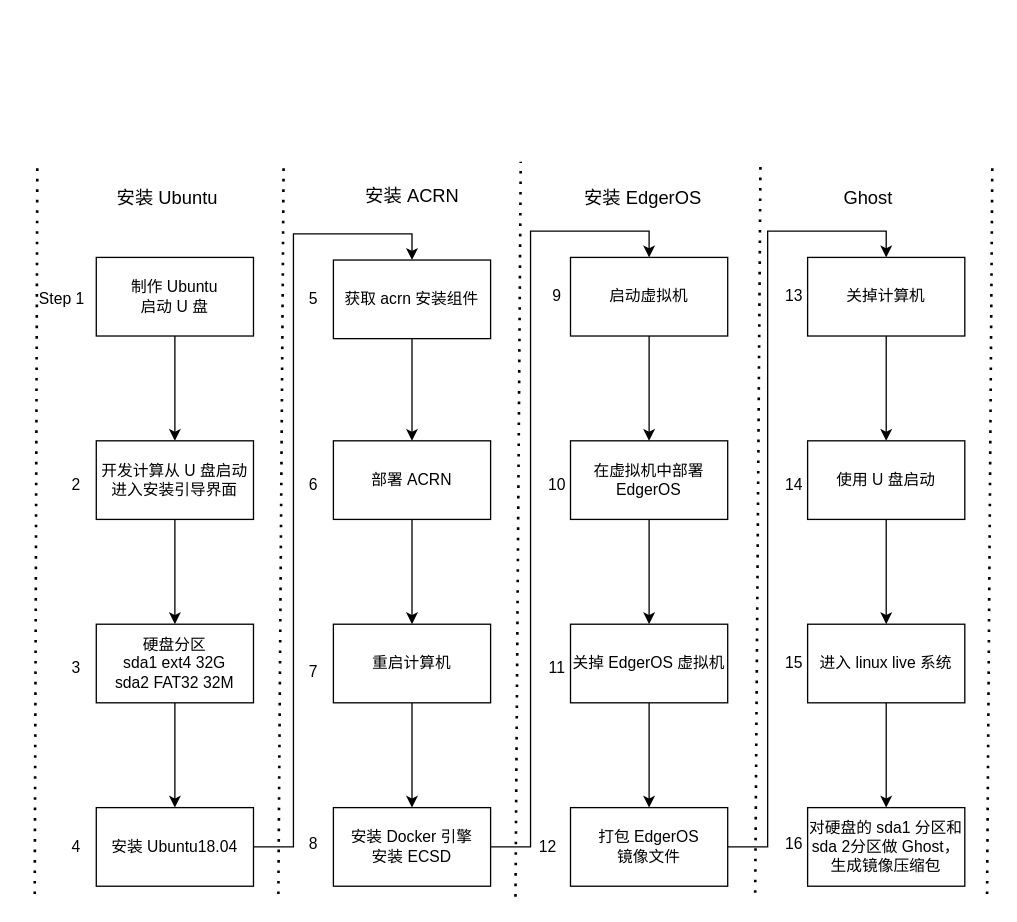
Above: 开发流程.drawio in SongXiaoLongg/DrawIO (draw.io), before the change. Source tidied: cells renumbered, new cells numbered last; positions are measured from the earlier drawing's top-left corner, leaving out a move shared by most shapes. Both pictures are drawn from the tidied source at 131%, with x=0, y=0 at pixel (22, 22).
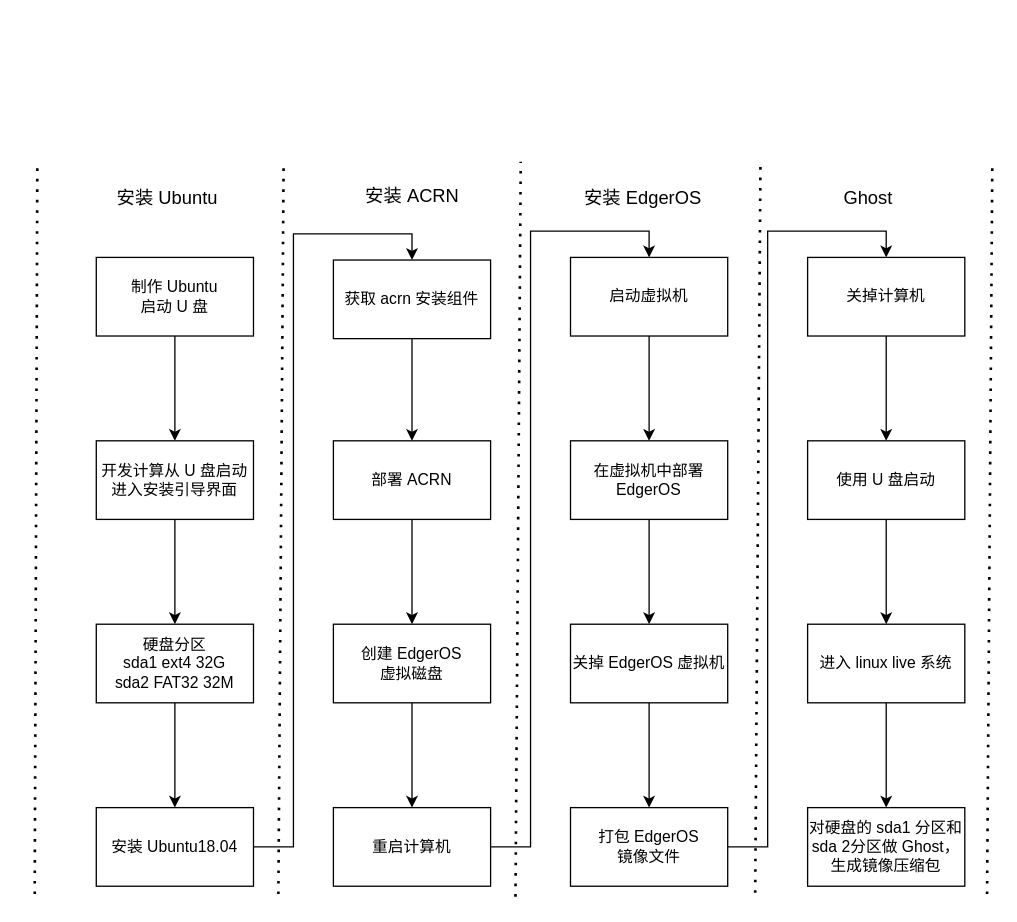
The same diagram, later.

Commit message:
更新开发流程.drawio

What changed in the source:
```diff
@@
-    <mxCell id="5" value="重启计算机" style="whiteSpace=wrap;html=1;rounded=0;" parent="1" vertex="1">
+    <mxCell id="5" value="创建 EdgerOS &lt;br&gt;虚拟磁盘" style="whiteSpace=wrap;html=1;rounded=0;" parent="1" vertex="1">
       <mxGeometry x="237" y="459" width="120" height="60" as="geometry" />
     </mxCell>
@@
-    <mxCell id="9" value="安装 Docker 引擎&lt;br&gt;安装 ECSD" style="whiteSpace=wrap;html=1;rounded=0;" parent="1" vertex="1">
+    <mxCell id="9" value="重启计算机" style="whiteSpace=wrap;html=1;rounded=0;" parent="1" vertex="1">
       <mxGeometry x="237" y="599" width="120" height="60" as="geometry" />
     </mxCell>
@@
-    <mxCell id="29" value="Step 1" style="text;html=1;strokeColor=none;fillColor=none;align=center;verticalAlign=middle;whiteSpace=wrap;rounded=0;" parent="1" vertex="1">
-      <mxGeometry y="196" width="60" height="30" as="geometry" />
-    </mxCell>
-    <mxCell id="30" value="5" style="text;html=1;strokeColor=none;fillColor=none;align=center;verticalAlign=middle;whiteSpace=wrap;rounded=0;" parent="1" vertex="1">
-      <mxGeometry x="192" y="196" width="60" height="30" as="geometry" />
-    </mxCell>
-    <mxCell id="31" value="2" style="text;html=1;strokeColor=none;fillColor=none;align=center;verticalAlign=middle;whiteSpace=wrap;rounded=0;" parent="1" vertex="1">
-      <mxGeometry x="11" y="338" width="60" height="30" as="geometry" />
-    </mxCell>
-    <mxCell id="32" value="3" style="text;html=1;strokeColor=none;fillColor=none;align=center;verticalAlign=middle;whiteSpace=wrap;rounded=0;" parent="1" vertex="1">
-      <mxGeometry x="11" y="478" width="60" height="30" as="geometry" />
-    </mxCell>
-    <mxCell id="33" value="4" style="text;html=1;strokeColor=none;fillColor=none;align=center;verticalAlign=middle;whiteSpace=wrap;rounded=0;" parent="1" vertex="1">
-      <mxGeometry x="11" y="614" width="60" height="30" as="geometry" />
-    </mxCell>
-    <mxCell id="34" value="6" style="text;html=1;strokeColor=none;fillColor=none;align=center;verticalAlign=middle;whiteSpace=wrap;rounded=0;" parent="1" vertex="1">
-      <mxGeometry x="192" y="338" width="60" height="30" as="geometry" />
-    </mxCell>
-    <mxCell id="35" value="7" style="text;html=1;strokeColor=none;fillColor=none;align=center;verticalAlign=middle;whiteSpace=wrap;rounded=0;" parent="1" vertex="1">
-      <mxGeometry x="192" y="481" width="60" height="30" as="geometry" />
-    </mxCell>
-    <mxCell id="36" value="8" style="text;html=1;strokeColor=none;fillColor=none;align=center;verticalAlign=middle;whiteSpace=wrap;rounded=0;" parent="1" vertex="1">
-      <mxGeometry x="192" y="612" width="60" height="30" as="geometry" />
-    </mxCell>
-    <mxCell id="37" value="9" style="text;html=1;strokeColor=none;fillColor=none;align=center;verticalAlign=middle;whiteSpace=wrap;rounded=0;" parent="1" vertex="1">
-      <mxGeometry x="378" y="194" width="60" height="30" as="geometry" />
-    </mxCell>
-    <mxCell id="38" value="10" style="text;html=1;strokeColor=none;fillColor=none;align=center;verticalAlign=middle;whiteSpace=wrap;rounded=0;" parent="1" vertex="1">
-      <mxGeometry x="378" y="338" width="60" height="30" as="geometry" />
-    </mxCell>
-    <mxCell id="39" value="11" style="text;html=1;strokeColor=none;fillColor=none;align=center;verticalAlign=middle;whiteSpace=wrap;rounded=0;" parent="1" vertex="1">
-      <mxGeometry x="378" y="478" width="60" height="30" as="geometry" />
-    </mxCell>
-    <mxCell id="40" value="12" style="text;html=1;strokeColor=none;fillColor=none;align=center;verticalAlign=middle;whiteSpace=wrap;rounded=0;" parent="1" vertex="1">
-      <mxGeometry x="371" y="614" width="60" height="30" as="geometry" />
-    </mxCell>
-    <mxCell id="41" value="13" style="text;html=1;strokeColor=none;fillColor=none;align=center;verticalAlign=middle;whiteSpace=wrap;rounded=0;" parent="1" vertex="1">
-      <mxGeometry x="559" y="194" width="60" height="30" as="geometry" />
-    </mxCell>
-    <mxCell id="42" value="14" style="text;html=1;strokeColor=none;fillColor=none;align=center;verticalAlign=middle;whiteSpace=wrap;rounded=0;" parent="1" vertex="1">
-      <mxGeometry x="559" y="338" width="60" height="30" as="geometry" />
-    </mxCell>
-    <mxCell id="43" value="15" style="text;html=1;strokeColor=none;fillColor=none;align=center;verticalAlign=middle;whiteSpace=wrap;rounded=0;" parent="1" vertex="1">
-      <mxGeometry x="559" y="474" width="60" height="30" as="geometry" />
-    </mxCell>
-    <mxCell id="44" value="16" style="text;html=1;strokeColor=none;fillColor=none;align=center;verticalAlign=middle;whiteSpace=wrap;rounded=0;" parent="1" vertex="1">
-      <mxGeometry x="559" y="612" width="60" height="30" as="geometry" />
-    </mxCell>
```
